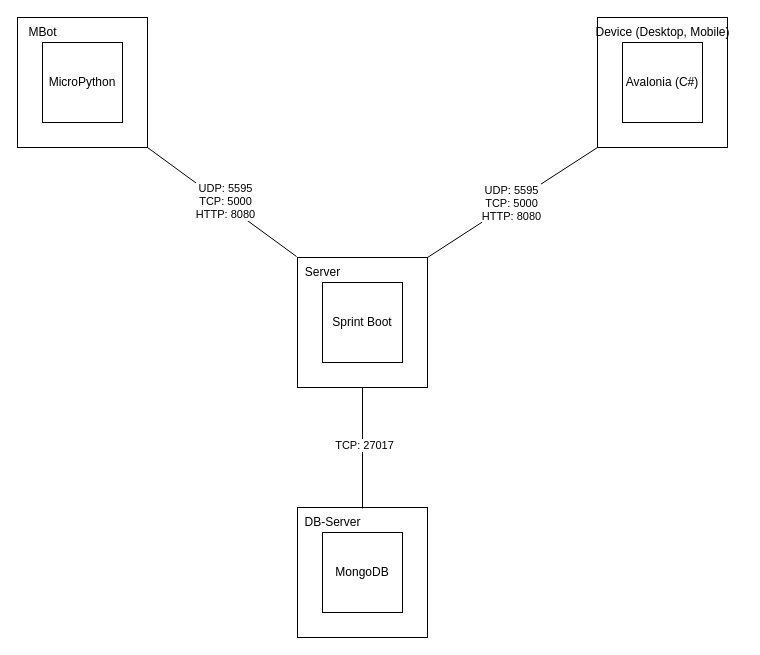
huthuthiddeli/SYP_PROJEKT_23-24_Maier keeps this draw.io diagram as Documents/Diagramme/Verteilungsdiagramm.drawio. Above is the earlier version. Source tidied: cells renumbered, new cells numbered last; positions are measured from the earlier drawing's top-left corner, leaving out a move shared by most shapes. Both pictures are drawn from the tidied source at 100%, with x=0, y=0 at pixel (17, 17).
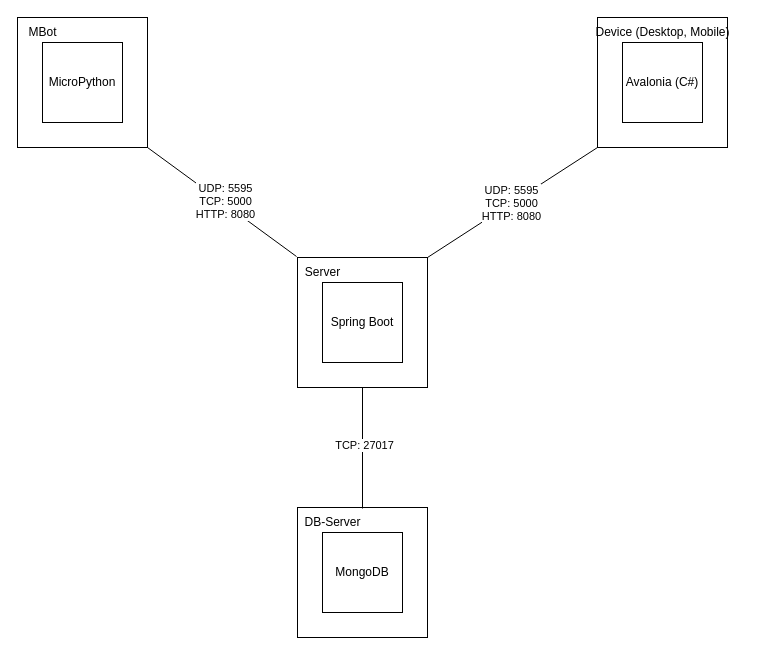
The same diagram, later.

Commit message (it also covers changes not shown here):
komponentendiagramm und verteilungsdiagramm + usecasediagramm drawio datei hinzugefügt

Change to the diagram source:
```diff
@@
 <mxGraphModel>
   <root>
     <mxCell id="0" />
     <mxCell id="1" parent="0" />
     <mxCell id="2" style="whiteSpace=wrap;html=1;" parent="1" vertex="1">
       <mxGeometry width="130" height="130" as="geometry" />
     </mxCell>
     <mxCell id="3" value="MBot" style="text;html=1;align=center;verticalAlign=middle;strokeColor=none;fillColor=none;" parent="1" vertex="1">
       <mxGeometry width="50" height="30" as="geometry" />
     </mxCell>
     <mxCell id="4" value="MicroPython" style="whiteSpace=wrap;html=1;" parent="1" vertex="1">
       <mxGeometry x="25" y="25" width="80" height="80" as="geometry" />
     </mxCell>
     <mxCell id="5" style="whiteSpace=wrap;html=1;" parent="1" vertex="1">
       <mxGeometry x="280" y="240" width="130" height="130" as="geometry" />
     </mxCell>
     <mxCell id="6" value="Server" style="text;html=1;align=center;verticalAlign=middle;points=[];strokeColor=none;fillColor=none;" parent="1" vertex="1">
       <mxGeometry x="275" y="240" width="60" height="30" as="geometry" />
     </mxCell>
-    <mxCell id="7" value="Sprint Boot" style="whiteSpace=wrap;html=1;" parent="1" vertex="1">
+    <mxCell id="7" value="Spring Boot" style="whiteSpace=wrap;html=1;" parent="1" vertex="1">
       <mxGeometry x="305" y="265" width="80" height="80" as="geometry" />
     </mxCell>
     <mxCell id="8" style="whiteSpace=wrap;html=1;" parent="1" vertex="1">
       <mxGeometry x="580" width="130" height="130" as="geometry" />
     </mxCell>
     <mxCell id="9" value="Device (Desktop, Mobile)" style="text;html=1;align=center;verticalAlign=middle;strokeColor=none;fillColor=none;" parent="1" vertex="1">
       <mxGeometry x="565" width="160" height="30" as="geometry" />
     </mxCell>
     <mxCell id="10" value="Avalonia (C#)" style="whiteSpace=wrap;html=1;" parent="1" vertex="1">
       <mxGeometry x="605" y="25" width="80" height="80" as="geometry" />
     </mxCell>
     <mxCell id="11" style="whiteSpace=wrap;html=1;" parent="1" vertex="1">
       <mxGeometry x="280" y="490" width="130" height="130" as="geometry" />
     </mxCell>
     <mxCell id="12" value="DB-Server" style="text;html=1;align=center;verticalAlign=middle;points=[];strokeColor=none;fillColor=none;" parent="1" vertex="1">
       <mxGeometry x="275" y="490" width="80" height="30" as="geometry" />
     </mxCell>
     <mxCell id="13" value="MongoDB" style="whiteSpace=wrap;html=1;" parent="1" vertex="1">
       <mxGeometry x="305" y="515" width="80" height="80" as="geometry" />
     </mxCell>
     <mxCell id="14" style="endArrow=none;html=1;rounded=0;exitX=1;exitY=1;exitDx=0;exitDy=0;entryX=0.067;entryY=-0.033;entryDx=0;entryDy=0;entryPerimeter=0;" parent="1" edge="1" source="2" target="6">
       <mxGeometry relative="1" as="geometry" />
     </mxCell>
     <mxCell id="15" value="UDP: 5595&lt;br&gt;TCP: 5000&lt;br&gt;HTTP: 8080" style="edgeLabel;html=1;align=center;verticalAlign=middle;" parent="14" vertex="1">
       <mxGeometry x="0.02" y="2" relative="1" as="geometry" />
     </mxCell>
     <mxCell id="16" style="endArrow=none;html=1;rounded=0;entryX=0;entryY=1;entryDx=0;entryDy=0;exitX=1;exitY=0;exitDx=0;exitDy=0;" parent="1" edge="1" source="5" target="8">
       <mxGeometry relative="1" as="geometry" />
     </mxCell>
     <mxCell id="17" value="UDP: 5595&lt;br&gt;TCP: 5000&lt;br&gt;HTTP: 8080" style="edgeLabel;html=1;align=center;verticalAlign=middle;" parent="16" vertex="1">
       <mxGeometry x="-0.01" relative="1" as="geometry" />
     </mxCell>
     <mxCell id="18" style="endArrow=none;html=1;rounded=0;entryX=0.5;entryY=1;entryDx=0;entryDy=0;exitX=0.875;exitY=0.033;exitDx=0;exitDy=0;exitPerimeter=0;" parent="1" edge="1" source="12" target="5">
       <mxGeometry relative="1" as="geometry" />
     </mxCell>
     <mxCell id="19" value="TCP: 27017" style="edgeLabel;html=1;align=center;verticalAlign=middle;" parent="18" vertex="1">
       <mxGeometry x="0.04" y="-1" relative="1" as="geometry" />
     </mxCell>
   </root>
 </mxGraphModel>
```
